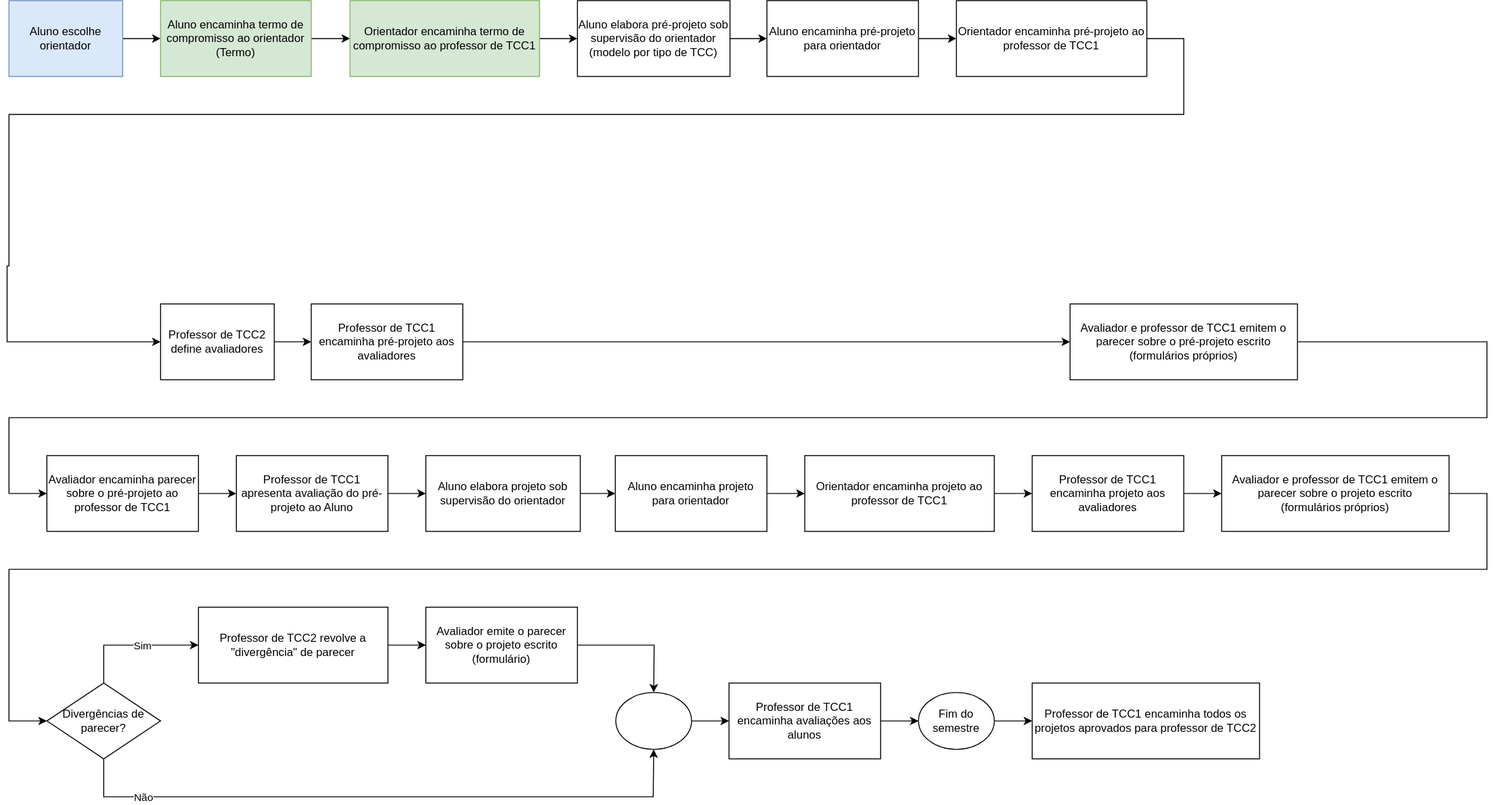
dalton-reis/disciplina_TCC1_2025_1 keeps this draw.io diagram as _SIS/Cronogramas/cronogramaFluxograma.drawio.svg. Above is the earlier version. Source tidied: cells renumbered, new cells last; positions are measured from the earlier drawing's top-left corner, leaving out a move shared by most shapes.
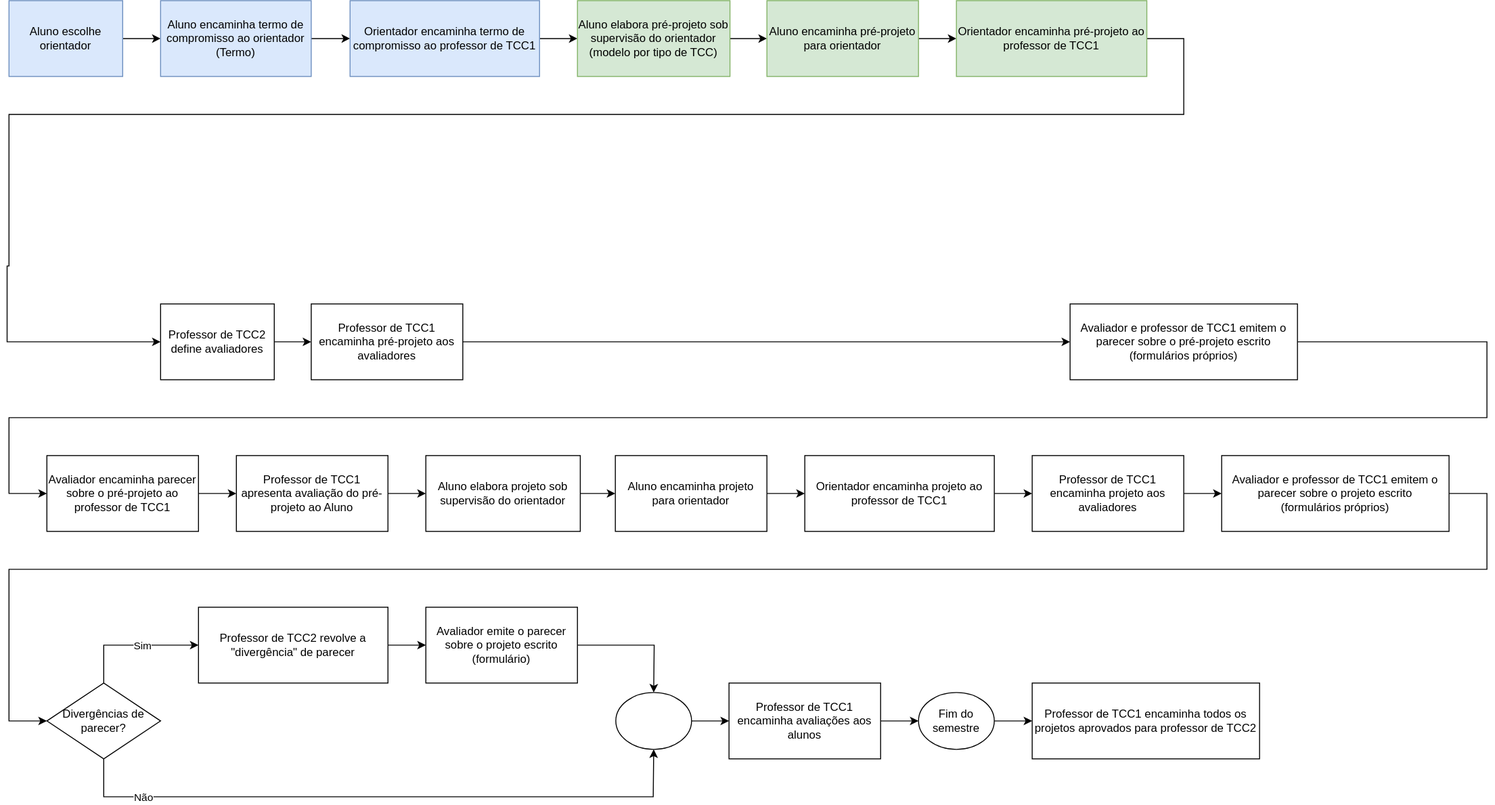
Later version of the same file.

Change to the diagram source:
```diff
@@ -11,25 +11,25 @@
     <mxCell id="4" style="edgeStyle=orthogonalEdgeStyle;rounded=0;jettySize=auto;html=1;fontColor=#000000;" parent="1" edge="1" source="5" target="7">
       <mxGeometry relative="1" as="geometry" />
     </mxCell>
-    <mxCell id="5" value="Aluno encaminha termo de compromisso ao orientador&lt;br&gt;(Termo)" style="whiteSpace=wrap;html=1;fillColor=#d5e8d4;strokeColor=#82b366;" parent="1" vertex="1">
+    <mxCell id="5" value="Aluno encaminha termo de compromisso ao orientador&lt;br&gt;(Termo)" style="whiteSpace=wrap;html=1;fillColor=#dae8fc;strokeColor=#6c8ebf;" parent="1" vertex="1">
       <mxGeometry x="162" width="159" height="80" as="geometry" />
     </mxCell>
     <mxCell id="6" style="edgeStyle=orthogonalEdgeStyle;rounded=0;jettySize=auto;html=1;fontColor=#000000;" parent="1" edge="1" source="7" target="9">
       <mxGeometry relative="1" as="geometry" />
     </mxCell>
-    <mxCell id="7" value="Orientador encaminha termo de compromisso ao professor de TCC1" style="whiteSpace=wrap;html=1;fillColor=#d5e8d4;strokeColor=#82b366;" parent="1" vertex="1">
+    <mxCell id="7" value="Orientador encaminha termo de compromisso ao professor de TCC1" style="whiteSpace=wrap;html=1;fillColor=#dae8fc;strokeColor=#6c8ebf;" parent="1" vertex="1">
       <mxGeometry x="362" width="200" height="80" as="geometry" />
     </mxCell>
     <mxCell id="8" style="edgeStyle=orthogonalEdgeStyle;rounded=0;jettySize=auto;html=1;fontColor=#000000;" parent="1" edge="1" source="9" target="11">
       <mxGeometry relative="1" as="geometry" />
     </mxCell>
-    <mxCell id="9" value="Aluno elabora pré-projeto sob supervisão do orientador&lt;br&gt;(modelo por tipo de TCC)" style="whiteSpace=wrap;html=1;" parent="1" vertex="1">
+    <mxCell id="9" value="Aluno elabora pré-projeto sob supervisão do orientador&lt;br&gt;(modelo por tipo de TCC)" style="whiteSpace=wrap;html=1;fillColor=#d5e8d4;strokeColor=#82b366;" parent="1" vertex="1">
       <mxGeometry x="602" width="161" height="80" as="geometry" />
     </mxCell>
     <mxCell id="10" style="edgeStyle=orthogonalEdgeStyle;rounded=0;jettySize=auto;html=1;fontColor=#000000;" parent="1" edge="1" source="11" target="13">
       <mxGeometry relative="1" as="geometry" />
     </mxCell>
-    <mxCell id="11" value="Aluno encaminha pré-projeto para orientador" style="whiteSpace=wrap;html=1;" parent="1" vertex="1">
+    <mxCell id="11" value="Aluno encaminha pré-projeto para orientador" style="whiteSpace=wrap;html=1;fillColor=#d5e8d4;strokeColor=#82b366;" parent="1" vertex="1">
       <mxGeometry x="802" width="160" height="80" as="geometry" />
     </mxCell>
     <mxCell id="12" style="edgeStyle=orthogonalEdgeStyle;rounded=0;jettySize=auto;html=1;fontColor=#000000;entryX=0;entryY=0.5;entryDx=0;entryDy=0;" parent="1" edge="1" source="13" target="15">
@@ -44,7 +44,7 @@
         </Array>
       </mxGeometry>
     </mxCell>
-    <mxCell id="13" value="Orientador encaminha pré-projeto ao professor de TCC1" style="whiteSpace=wrap;html=1;" parent="1" vertex="1">
+    <mxCell id="13" value="Orientador encaminha pré-projeto ao professor de TCC1" style="whiteSpace=wrap;html=1;fillColor=#d5e8d4;strokeColor=#82b366;" parent="1" vertex="1">
       <mxGeometry x="1002" width="201" height="80" as="geometry" />
     </mxCell>
     <mxCell id="14" style="edgeStyle=orthogonalEdgeStyle;rounded=0;jettySize=auto;html=1;fontColor=#000000;" parent="1" edge="1" source="15" target="18">
```
